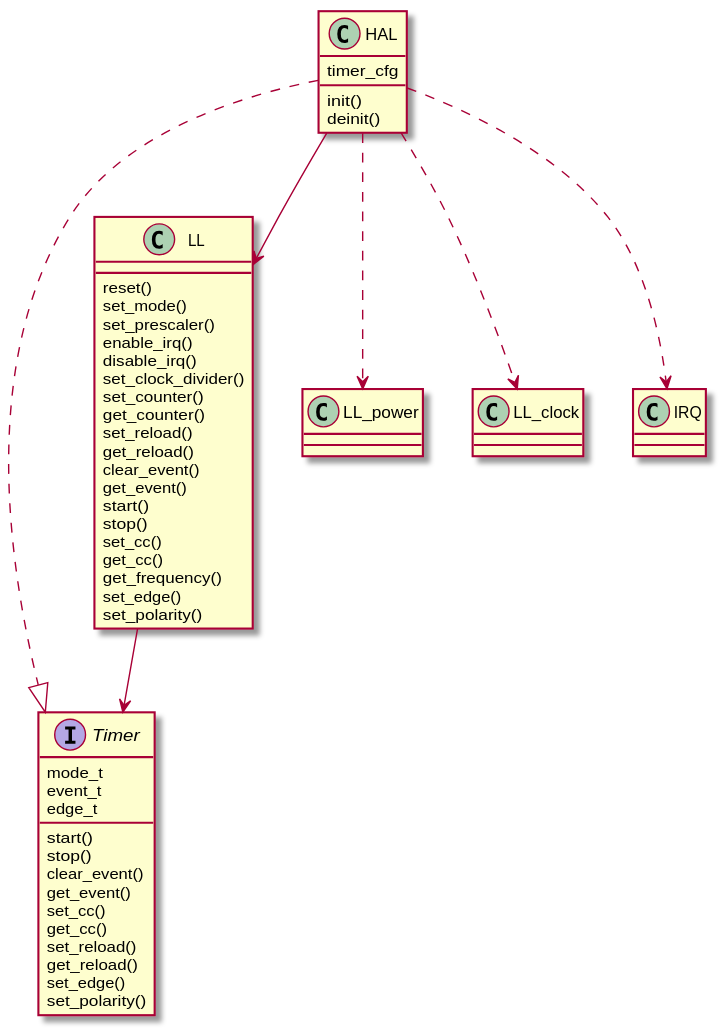
The PlantUML diagram docs/source/assets/images/timer.svg in onkwon/halmcu, before a commit.
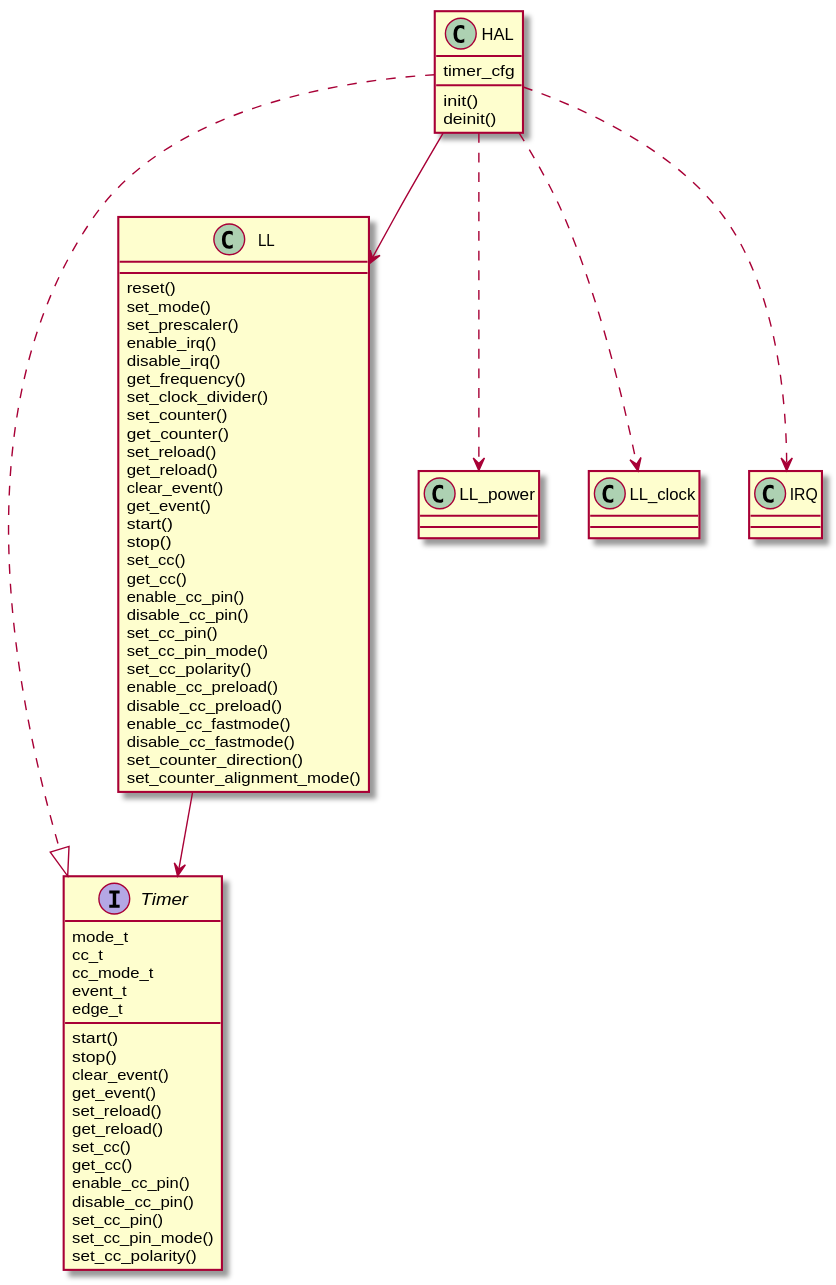
The same file after the commit.

Change to the diagram source:
```diff
@@ -1,6 +1,8 @@
 @startuml
 interface Timer {
 	mode_t
+	cc_t
+	cc_mode_t
 	event_t
 	edge_t
 
@@ -8,12 +10,15 @@
 	stop()
 	clear_event()
 	get_event()
+	set_reload()
+	get_reload()
 	set_cc()
 	get_cc()
-	set_reload()
-	get_reload()
-	set_edge()
-	set_polarity()
+	enable_cc_pin()
+	disable_cc_pin()
+	set_cc_pin()
+	set_cc_pin_mode()
+	set_cc_polarity()
 }
 
 class LL {
@@ -22,6 +27,7 @@
 	set_prescaler()
 	enable_irq()
 	disable_irq()
+	get_frequency()
 	set_clock_divider()
 	set_counter()
 	get_counter()
@@ -33,9 +39,17 @@
 	stop()
 	set_cc()
 	get_cc()
-	get_frequency()
-	set_edge()
-	set_polarity()
+	enable_cc_pin()
+	disable_cc_pin()
+	set_cc_pin()
+	set_cc_pin_mode()
+	set_cc_polarity()
+	enable_cc_preload()
+	disable_cc_preload()
+	enable_cc_fastmode()
+	disable_cc_fastmode()
+	set_counter_direction()
+	set_counter_alignment_mode()
 }
 
 class HAL {
```
